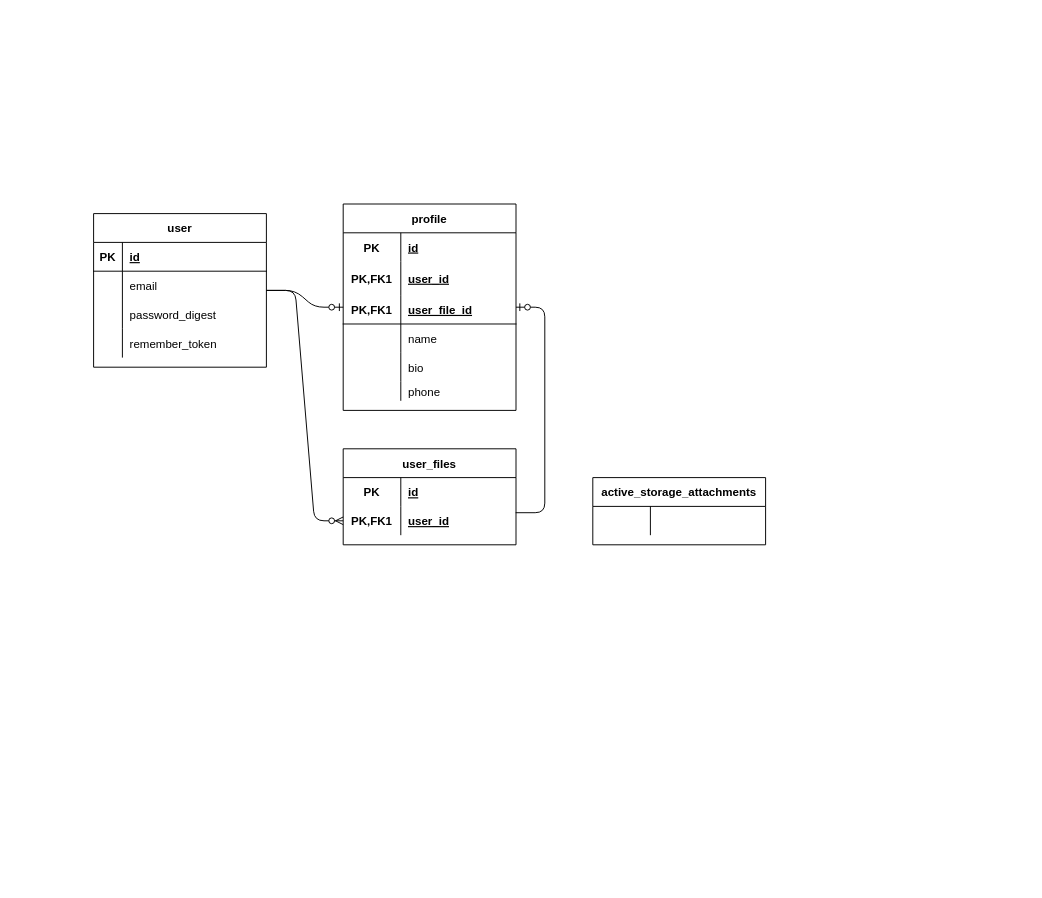
shun0918/rails7-test keeps this draw.io diagram as er.dio. Above is the earlier version. Source tidied: cells renumbered, new cells numbered last; positions are measured from the earlier drawing's top-left corner, leaving out a move shared by most shapes. Both pictures are drawn from the tidied source at 96%, with x=0, y=0 at pixel (93, 204).
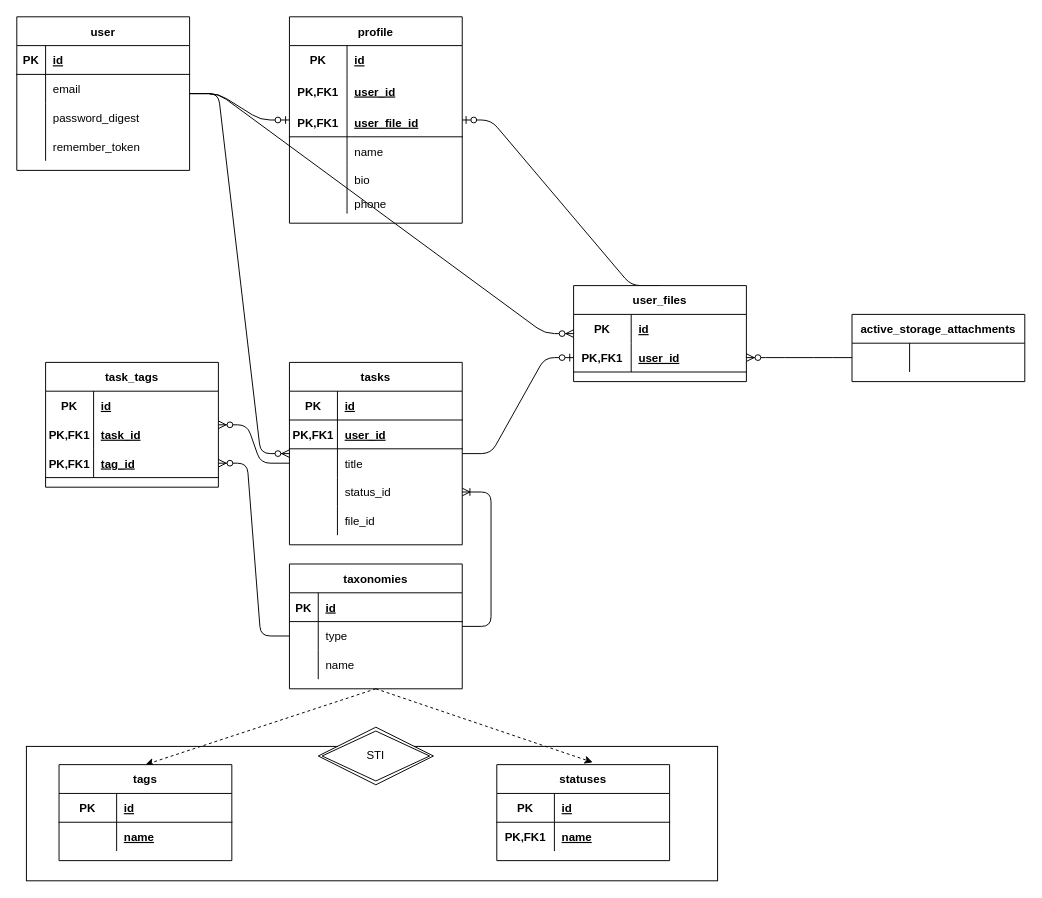
The same page after the edit.

Unchanged cells that the change refers to:
```xml
<mxCell id="45" style="shape=partialRectangle;fillColor=none;top=0;left=0;bottom=1;right=0;points=[[0,0.5],[1,0.5]];portConstraint=eastwest;strokeColor=none;" parent="44" vertex="1">
  <mxGeometry y="30" width="180" height="30" as="geometry" />
</mxCell>
```

What changed in the source:
```diff
@@
+    <mxCell id="48" style="rounded=0;whiteSpace=wrap;html=1;strokeColor=default;fillColor=none;" parent="1" vertex="1">
+      <mxGeometry x="-70" y="565" width="720" height="140" as="geometry" />
+    </mxCell>
     <mxCell id="2" value="user" style="shape=table;startSize=30;childLayout=tableLayout;rowLines=0;fontStyle=1;align=center;" parent="1" vertex="1">
-      <mxGeometry y="10" width="180" height="160" as="geometry" />
+      <mxGeometry x="-80" y="-195" width="180" height="160" as="geometry" />
     </mxCell>
@@
     <mxCell id="15" value="profile" style="shape=table;startSize=30;childLayout=tableLayout;rowLines=0;fontStyle=1;align=center;" parent="1" vertex="1">
-      <mxGeometry x="260" width="180" height="215" as="geometry" />
+      <mxGeometry x="204" y="-195" width="180" height="215" as="geometry" />
     </mxCell>
@@
-    <mxCell id="35" style="edgeStyle=entityRelationEdgeStyle;fontSize=12;html=1;endArrow=ERzeroToOne;endFill=1;fontFamily=Helvetica;fontColor=default;startSize=30;exitX=0.998;exitY=0.219;exitDx=0;exitDy=0;exitPerimeter=0;" parent="1" edge="1" source="40" target="15">
+    <mxCell id="35" style="edgeStyle=entityRelationEdgeStyle;fontSize=12;html=1;endArrow=ERzeroToOne;endFill=1;fontFamily=Helvetica;fontColor=default;startSize=30;exitX=0.5;exitY=0;exitDx=0;exitDy=0;rounded=1;" parent="1" edge="1" source="36" target="15">
       <mxGeometry relative="1" as="geometry" />
     </mxCell>
     <mxCell id="36" value="user_files" style="shape=table;startSize=30;childLayout=tableLayout;rowLines=0;fontStyle=1;align=center;" parent="1" vertex="1">
-      <mxGeometry x="260" y="255" width="180" height="100" as="geometry" />
+      <mxGeometry x="500" y="85" width="180" height="100" as="geometry" />
     </mxCell>
@@
-    <mxCell id="40" style="shape=partialRectangle;fillColor=none;top=0;left=0;bottom=1;right=0;points=[[0,0.5],[1,0.5]];portConstraint=eastwest;strokeColor=none;" parent="36" vertex="1">
+    <mxCell id="40" style="shape=partialRectangle;fillColor=none;top=0;left=0;bottom=1;right=0;points=[[0,0.5],[1,0.5]];portConstraint=eastwest;strokeColor=default;" parent="36" vertex="1">
       <mxGeometry y="60" width="180" height="30" as="geometry" />
     </mxCell>
@@
-    <mxCell id="43" style="edgeStyle=entityRelationEdgeStyle;fontSize=12;html=1;endArrow=ERzeroToMany;endFill=1;" parent="1" edge="1" source="2" target="40">
+    <mxCell id="43" style="edgeStyle=entityRelationEdgeStyle;fontSize=12;html=1;endArrow=ERzeroToMany;endFill=1;" parent="1" edge="1" source="2" target="36">
       <mxGeometry relative="1" as="geometry" />
     </mxCell>
     <mxCell id="44" value="active_storage_attachments" style="shape=table;startSize=30;childLayout=tableLayout;rowLines=0;fontStyle=1;align=center;" parent="1" vertex="1">
-      <mxGeometry x="520" y="285" width="180" height="70" as="geometry" />
+      <mxGeometry x="790" y="115" width="180" height="70" as="geometry" />
     </mxCell>
@@
+    <mxCell id="49" style="edgeStyle=none;html=1;exitX=0.5;exitY=1;exitDx=0;exitDy=0;dashed=1;entryX=0.5;entryY=0;entryDx=0;entryDy=0;" parent="1" edge="1" source="51" target="77">
+      <mxGeometry relative="1" as="geometry" />
+    </mxCell>
+    <mxCell id="50" style="edgeStyle=none;rounded=1;html=1;exitX=0.5;exitY=1;exitDx=0;exitDy=0;entryX=0.555;entryY=-0.024;entryDx=0;entryDy=0;entryPerimeter=0;dashed=1;" parent="1" edge="1" source="51" target="86">
+      <mxGeometry relative="1" as="geometry" />
+    </mxCell>
+    <mxCell id="51" value="taxonomies" style="shape=table;startSize=30;childLayout=tableLayout;rowLines=0;fontStyle=1;align=center;" parent="1" vertex="1">
+      <mxGeometry x="204" y="375" width="180" height="130" as="geometry" />
+    </mxCell>
+    <mxCell id="52" style="shape=partialRectangle;fillColor=none;top=0;left=0;bottom=1;right=0;" parent="51" vertex="1">
+      <mxGeometry y="30" width="180" height="30" as="geometry" />
+    </mxCell>
+    <mxCell id="53" value="PK" style="shape=partialRectangle;fillColor=none;top=0;left=0;bottom=0;right=0;fontStyle=1;overflow=hidden;" parent="52" vertex="1">
+      <mxGeometry width="30" height="30" as="geometry" />
+    </mxCell>
+    <mxCell id="54" value="id" style="shape=partialRectangle;fillColor=none;top=0;left=0;bottom=0;right=0;align=left;spacingLeft=6;fontStyle=5;overflow=hidden;" parent="52" vertex="1">
+      <mxGeometry x="30" width="150" height="30" as="geometry" />
+    </mxCell>
+    <mxCell id="55" style="shape=partialRectangle;fillColor=none;top=0;left=0;bottom=0;right=0;points=[[0,0.5],[1,0.5]];portConstraint=eastwest;" parent="51" vertex="1">
+      <mxGeometry y="60" width="180" height="30" as="geometry" />
+    </mxCell>
+    <mxCell id="56" style="shape=partialRectangle;fillColor=none;top=0;left=0;bottom=0;right=0;overflow=hidden;" parent="55" vertex="1">
+      <mxGeometry width="30" height="30" as="geometry" />
+    </mxCell>
+    <mxCell id="57" value="type" style="shape=partialRectangle;fillColor=none;top=0;left=0;bottom=0;right=0;align=left;spacingLeft=6;overflow=hidden;" parent="55" vertex="1">
+      <mxGeometry x="30" width="150" height="30" as="geometry" />
+    </mxCell>
+    <mxCell id="58" style="shape=partialRectangle;fillColor=none;top=0;left=0;bottom=0;right=0;" parent="51" vertex="1">
+      <mxGeometry y="90" width="180" height="30" as="geometry" />
+    </mxCell>
+    <mxCell id="59" style="shape=partialRectangle;fillColor=none;top=0;left=0;bottom=0;right=0;overflow=hidden;" parent="58" vertex="1">
+      <mxGeometry width="30" height="30" as="geometry" />
+    </mxCell>
+    <mxCell id="60" value="name" style="shape=partialRectangle;fillColor=none;top=0;left=0;bottom=0;right=0;align=left;spacingLeft=6;overflow=hidden;" parent="58" vertex="1">
+      <mxGeometry x="30" width="150" height="30" as="geometry" />
+    </mxCell>
+    <mxCell id="61" value="tasks" style="shape=table;startSize=30;childLayout=tableLayout;rowLines=0;fontStyle=1;align=center;" parent="1" vertex="1">
+      <mxGeometry x="204" y="165" width="180" height="190" as="geometry" />
+    </mxCell>
+    <mxCell id="62" style="shape=partialRectangle;fillColor=none;top=0;left=0;bottom=1;right=0;" parent="61" vertex="1">
+      <mxGeometry y="30" width="180" height="30" as="geometry" />
+    </mxCell>
+    <mxCell id="63" value="PK" style="shape=partialRectangle;fillColor=none;top=0;left=0;bottom=0;right=0;fontStyle=1;overflow=hidden;" parent="62" vertex="1">
+      <mxGeometry width="50" height="30" as="geometry" />
+    </mxCell>
+    <mxCell id="64" value="id" style="shape=partialRectangle;fillColor=none;top=0;left=0;bottom=0;right=0;align=left;spacingLeft=6;fontStyle=5;overflow=hidden;" parent="62" vertex="1">
+      <mxGeometry x="50" width="130" height="30" as="geometry" />
+    </mxCell>
+    <mxCell id="65" style="shape=partialRectangle;fillColor=none;top=0;left=0;bottom=1;right=0;" parent="61" vertex="1">
+      <mxGeometry y="60" width="180" height="30" as="geometry" />
+    </mxCell>
+    <mxCell id="66" value="PK,FK1" style="shape=partialRectangle;fillColor=none;top=0;left=0;bottom=0;right=0;fontStyle=1;overflow=hidden;" parent="65" vertex="1">
+      <mxGeometry width="50" height="30" as="geometry" />
+    </mxCell>
+    <mxCell id="67" value="user_id" style="shape=partialRectangle;fillColor=none;top=0;left=0;bottom=0;right=0;align=left;spacingLeft=6;fontStyle=5;overflow=hidden;" parent="65" vertex="1">
+      <mxGeometry x="50" width="130" height="30" as="geometry" />
+    </mxCell>
+    <mxCell id="68" style="shape=partialRectangle;fillColor=none;top=0;left=0;bottom=0;right=0;points=[[0,0.5],[1,0.5]];portConstraint=eastwest;" parent="61" vertex="1">
+      <mxGeometry y="90" width="180" height="30" as="geometry" />
+    </mxCell>
+    <mxCell id="69" style="shape=partialRectangle;fillColor=none;top=0;left=0;bottom=0;right=0;overflow=hidden;" parent="68" vertex="1">
+      <mxGeometry width="50" height="30" as="geometry" />
+    </mxCell>
+    <mxCell id="70" value="title" style="shape=partialRectangle;fillColor=none;top=0;left=0;bottom=0;right=0;align=left;spacingLeft=6;overflow=hidden;" parent="68" vertex="1">
+      <mxGeometry x="50" width="130" height="30" as="geometry" />
+    </mxCell>
+    <mxCell id="71" style="shape=partialRectangle;fillColor=none;top=0;left=0;bottom=0;right=0;points=[[0,0.5],[1,0.5]];portConstraint=eastwest;" parent="61" vertex="1">
+      <mxGeometry y="120" width="180" height="30" as="geometry" />
+    </mxCell>
+    <mxCell id="72" style="shape=partialRectangle;fillColor=none;top=0;left=0;bottom=0;right=0;overflow=hidden;" parent="71" vertex="1">
+      <mxGeometry width="50" height="30" as="geometry" />
+    </mxCell>
+    <mxCell id="73" value="status_id" style="shape=partialRectangle;fillColor=none;top=0;left=0;bottom=0;right=0;align=left;spacingLeft=6;overflow=hidden;" parent="71" vertex="1">
+      <mxGeometry x="50" width="130" height="30" as="geometry" />
+    </mxCell>
+    <mxCell id="74" style="shape=partialRectangle;fillColor=none;top=0;left=0;bottom=0;right=0;" parent="61" vertex="1">
+      <mxGeometry y="150" width="180" height="30" as="geometry" />
+    </mxCell>
+    <mxCell id="75" style="shape=partialRectangle;fillColor=none;top=0;left=0;bottom=0;right=0;overflow=hidden;" parent="74" vertex="1">
+      <mxGeometry width="50" height="30" as="geometry" />
+    </mxCell>
+    <mxCell id="76" value="file_id" style="shape=partialRectangle;fillColor=none;top=0;left=0;bottom=0;right=0;align=left;spacingLeft=6;overflow=hidden;" parent="74" vertex="1">
+      <mxGeometry x="50" width="130" height="30" as="geometry" />
+    </mxCell>
+    <mxCell id="77" value="tags" style="shape=table;startSize=30;childLayout=tableLayout;rowLines=0;fontStyle=1;align=center;" parent="1" vertex="1">
+      <mxGeometry x="-36" y="584" width="180" height="100" as="geometry" />
+    </mxCell>
+    <mxCell id="78" style="shape=partialRectangle;fillColor=none;top=0;left=0;bottom=1;right=0;strokeColor=default;" parent="77" vertex="1">
+      <mxGeometry y="30" width="180" height="30" as="geometry" />
+    </mxCell>
+    <mxCell id="79" value="PK" style="shape=partialRectangle;fillColor=none;top=0;left=0;bottom=0;right=0;fontStyle=1;overflow=hidden;" parent="78" vertex="1">
+      <mxGeometry width="60" height="30" as="geometry" />
+    </mxCell>
+    <mxCell id="80" value="id" style="shape=partialRectangle;fillColor=none;top=0;left=0;bottom=0;right=0;align=left;spacingLeft=6;fontStyle=5;overflow=hidden;" parent="78" vertex="1">
+      <mxGeometry x="60" width="120" height="30" as="geometry" />
+    </mxCell>
+    <mxCell id="81" style="shape=partialRectangle;fillColor=none;top=0;left=0;bottom=1;right=0;fontStyle=4;strokeColor=none;" parent="77" vertex="1">
+      <mxGeometry y="60" width="180" height="30" as="geometry" />
+    </mxCell>
+    <mxCell id="82" style="shape=partialRectangle;fillColor=none;top=0;left=0;bottom=0;right=0;fontStyle=1;overflow=hidden;" parent="81" vertex="1">
+      <mxGeometry width="60" height="30" as="geometry" />
+    </mxCell>
+    <mxCell id="83" value="name" style="shape=partialRectangle;fillColor=none;top=0;left=0;bottom=0;right=0;align=left;spacingLeft=6;fontStyle=5;overflow=hidden;" parent="81" vertex="1">
+      <mxGeometry x="60" width="120" height="30" as="geometry" />
+    </mxCell>
+    <mxCell id="84" style="edgeStyle=entityRelationEdgeStyle;fontSize=12;html=1;endArrow=ERzeroToMany;endFill=1;entryX=1;entryY=0.5;entryDx=0;entryDy=0;" parent="1" edge="1" source="45" target="40">
+      <mxGeometry relative="1" as="geometry" />
+    </mxCell>
+    <mxCell id="85" style="edgeStyle=entityRelationEdgeStyle;fontSize=12;html=1;endArrow=ERzeroToMany;endFill=1;" parent="1" edge="1" source="2" target="61">
+      <mxGeometry relative="1" as="geometry" />
+    </mxCell>
+    <mxCell id="86" value="statuses" style="shape=table;startSize=30;childLayout=tableLayout;rowLines=0;fontStyle=1;align=center;" parent="1" vertex="1">
+      <mxGeometry x="420" y="584" width="180" height="100" as="geometry" />
+    </mxCell>
+    <mxCell id="87" style="shape=partialRectangle;fillColor=none;top=0;left=0;bottom=1;right=0;strokeColor=default;" parent="86" vertex="1">
+      <mxGeometry y="30" width="180" height="30" as="geometry" />
+    </mxCell>
+    <mxCell id="88" value="PK" style="shape=partialRectangle;fillColor=none;top=0;left=0;bottom=0;right=0;fontStyle=1;overflow=hidden;" parent="87" vertex="1">
+      <mxGeometry width="60" height="30" as="geometry" />
+    </mxCell>
+    <mxCell id="89" value="id" style="shape=partialRectangle;fillColor=none;top=0;left=0;bottom=0;right=0;align=left;spacingLeft=6;fontStyle=5;overflow=hidden;" parent="87" vertex="1">
+      <mxGeometry x="60" width="120" height="30" as="geometry" />
+    </mxCell>
+    <mxCell id="90" style="shape=partialRectangle;fillColor=none;top=0;left=0;bottom=1;right=0;fontStyle=4;strokeColor=none;" parent="86" vertex="1">
+      <mxGeometry y="60" width="180" height="30" as="geometry" />
+    </mxCell>
+    <mxCell id="91" value="PK,FK1" style="shape=partialRectangle;fillColor=none;top=0;left=0;bottom=0;right=0;fontStyle=1;overflow=hidden;" parent="90" vertex="1">
+      <mxGeometry width="60" height="30" as="geometry" />
+    </mxCell>
+    <mxCell id="92" value="name" style="shape=partialRectangle;fillColor=none;top=0;left=0;bottom=0;right=0;align=left;spacingLeft=6;fontStyle=5;overflow=hidden;" parent="90" vertex="1">
+      <mxGeometry x="60" width="120" height="30" as="geometry" />
+    </mxCell>
+    <mxCell id="93" style="edgeStyle=entityRelationEdgeStyle;fontSize=12;html=1;endArrow=ERoneToMany;rounded=1;" parent="1" edge="1" source="51" target="71">
+      <mxGeometry relative="1" as="geometry" />
+    </mxCell>
+    <mxCell id="94" value="STI" style="shape=rhombus;double=1;perimeter=rhombusPerimeter;whiteSpace=wrap;html=1;align=center;strokeColor=default;fillColor=default;" parent="1" vertex="1">
+      <mxGeometry x="234" y="545" width="120" height="60" as="geometry" />
+    </mxCell>
+    <mxCell id="95" style="edgeStyle=entityRelationEdgeStyle;fontSize=12;html=1;endArrow=ERzeroToOne;endFill=1;rounded=1;" parent="1" edge="1" source="61" target="40">
+      <mxGeometry relative="1" as="geometry" />
+    </mxCell>
+    <mxCell id="96" value="task_tags" style="shape=table;startSize=30;childLayout=tableLayout;rowLines=0;fontStyle=1;align=center;" parent="1" vertex="1">
+      <mxGeometry x="-50" y="165" width="180" height="130" as="geometry" />
+    </mxCell>
+    <mxCell id="97" style="shape=partialRectangle;fillColor=none;top=0;left=0;bottom=1;right=0;strokeColor=none;" parent="96" vertex="1">
+      <mxGeometry y="30" width="180" height="30" as="geometry" />
+    </mxCell>
+    <mxCell id="98" value="PK" style="shape=partialRectangle;fillColor=none;top=0;left=0;bottom=0;right=0;fontStyle=1;overflow=hidden;" parent="97" vertex="1">
+      <mxGeometry width="50" height="30" as="geometry" />
+    </mxCell>
+    <mxCell id="99" value="id" style="shape=partialRectangle;fillColor=none;top=0;left=0;bottom=0;right=0;align=left;spacingLeft=6;fontStyle=5;overflow=hidden;" parent="97" vertex="1">
+      <mxGeometry x="50" width="130" height="30" as="geometry" />
+    </mxCell>
+    <mxCell id="100" style="shape=partialRectangle;fillColor=none;top=0;left=0;bottom=1;right=0;strokeColor=none;" parent="96" vertex="1">
+      <mxGeometry y="60" width="180" height="30" as="geometry" />
+    </mxCell>
+    <mxCell id="101" value="PK,FK1" style="shape=partialRectangle;fillColor=none;top=0;left=0;bottom=0;right=0;fontStyle=1;overflow=hidden;" parent="100" vertex="1">
+      <mxGeometry width="50" height="30" as="geometry" />
+    </mxCell>
+    <mxCell id="102" value="task_id" style="shape=partialRectangle;fillColor=none;top=0;left=0;bottom=0;right=0;align=left;spacingLeft=6;fontStyle=5;overflow=hidden;" parent="100" vertex="1">
+      <mxGeometry x="50" width="130" height="30" as="geometry" />
+    </mxCell>
+    <mxCell id="103" style="shape=partialRectangle;fillColor=none;top=0;left=0;bottom=1;right=0;points=[[0,0.5],[1,0.5]];portConstraint=eastwest;" parent="96" vertex="1">
+      <mxGeometry y="90" width="180" height="30" as="geometry" />
+    </mxCell>
+    <mxCell id="104" value="PK,FK1" style="shape=partialRectangle;fillColor=none;top=0;left=0;bottom=0;right=0;fontStyle=1;overflow=hidden;" parent="103" vertex="1">
+      <mxGeometry width="50" height="30" as="geometry" />
+    </mxCell>
+    <mxCell id="105" value="tag_id" style="shape=partialRectangle;fillColor=none;top=0;left=0;bottom=0;right=0;align=left;spacingLeft=6;fontStyle=5;overflow=hidden;" parent="103" vertex="1">
+      <mxGeometry x="50" width="130" height="30" as="geometry" />
+    </mxCell>
+    <mxCell id="106" style="edgeStyle=entityRelationEdgeStyle;fontSize=12;html=1;endArrow=ERzeroToMany;endFill=1;rounded=1;exitX=0;exitY=0.5;exitDx=0;exitDy=0;" parent="1" edge="1" source="68" target="96">
+      <mxGeometry relative="1" as="geometry" />
+    </mxCell>
+    <mxCell id="107" style="edgeStyle=entityRelationEdgeStyle;fontSize=12;html=1;endArrow=ERzeroToMany;endFill=1;rounded=1;exitX=0;exitY=0.5;exitDx=0;exitDy=0;entryX=1;entryY=0.5;entryDx=0;entryDy=0;" parent="1" edge="1" source="55" target="103">
+      <mxGeometry relative="1" as="geometry" />
+    </mxCell>
```
